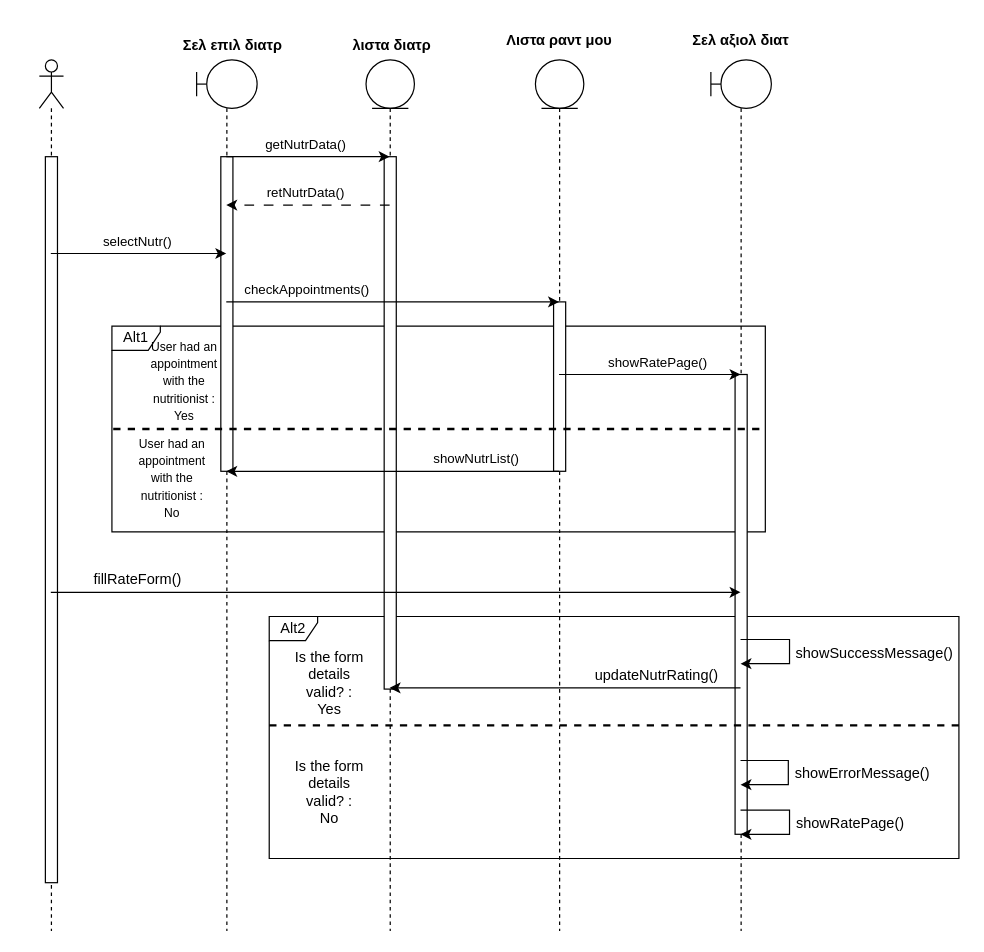
Before: ΠΕΜΠΤΟ ΠΑΡΑΔΟΤΕΟ/ΔΙΟΡΘΩΣΕΙΣ ΠΡΟΗΓΟΥΜΕΝΩΝ ΠΑΡΑΔΟΤΕΩΝ/Sequence-diagrams-v0.2/sd_αξιολόγηση_διατροφολογου.drawio in Dionkaps/Eu-Zin, a draw.io diagram. Source tidied: cells renumbered, new cells numbered last; positions are measured from the earlier drawing's top-left corner, leaving out a move shared by most shapes. Both pictures are drawn from the tidied source at 121%, with x=0, y=0 at pixel (39, 23).
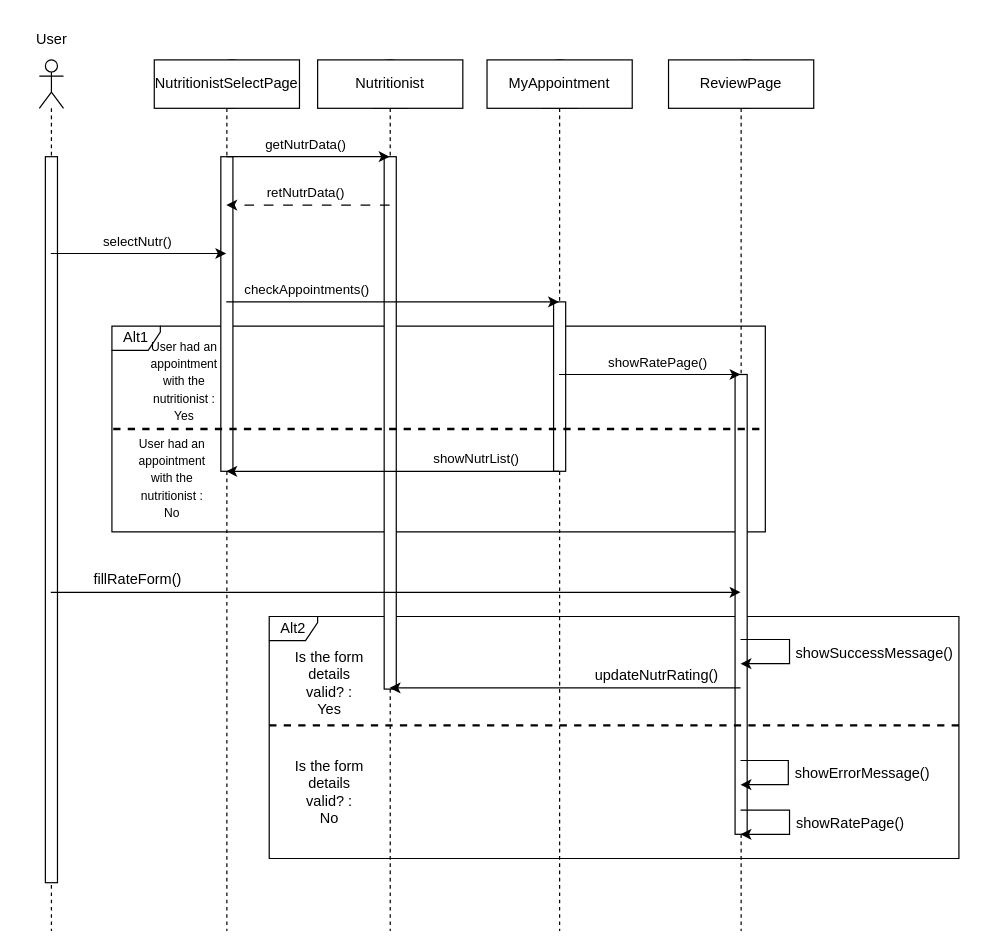
The same page after the edit.

What changed in the source:
```diff
@@
-    <mxCell id="14" value="Σελ επιλ διατρ" style="text;align=center;fontStyle=1;verticalAlign=middle;spacingLeft=3;spacingRight=3;strokeColor=none;" parent="1" vertex="1">
-      <mxGeometry x="120" y="4" width="80" height="26" as="geometry" />
-    </mxCell>
-    <mxCell id="15" value=" λιστα διατρ" style="text;align=center;fontStyle=1;verticalAlign=middle;spacingLeft=3;spacingRight=3;strokeColor=none;" parent="1" vertex="1">
-      <mxGeometry x="250" y="4" width="80" height="26" as="geometry" />
-    </mxCell>
-    <mxCell id="16" value="Σελ αξιολ διατ" style="text;align=center;fontStyle=1;verticalAlign=middle;spacingLeft=3;spacingRight=3;strokeColor=none;" parent="1" vertex="1">
-      <mxGeometry x="540" width="80" height="26" as="geometry" />
-    </mxCell>
-    <mxCell id="17" value="Λιστα ραντ μου" style="text;align=center;fontStyle=1;verticalAlign=middle;spacingLeft=3;spacingRight=3;strokeColor=none;" parent="1" vertex="1">
-      <mxGeometry x="390" width="80" height="26" as="geometry" />
-    </mxCell>
@@
+    <mxCell id="35" value="NutritionistSelectPage" style="rounded=0;whiteSpace=wrap;html=1;" parent="1" vertex="1">
+      <mxGeometry x="95" y="30" width="120" height="40" as="geometry" />
+    </mxCell>
+    <mxCell id="36" value="Nutritionist" style="rounded=0;whiteSpace=wrap;html=1;" parent="1" vertex="1">
+      <mxGeometry x="230" y="30" width="120" height="40" as="geometry" />
+    </mxCell>
+    <mxCell id="37" value="MyAppointment" style="rounded=0;whiteSpace=wrap;html=1;" parent="1" vertex="1">
+      <mxGeometry x="370" y="30" width="120" height="40" as="geometry" />
+    </mxCell>
+    <mxCell id="38" value="ReviewPage" style="rounded=0;whiteSpace=wrap;html=1;" parent="1" vertex="1">
+      <mxGeometry x="520" y="30" width="120" height="40" as="geometry" />
+    </mxCell>
+    <mxCell id="39" value="User" style="text;html=1;align=center;verticalAlign=middle;strokeColor=none;fillColor=none;" parent="1" vertex="1">
+      <mxGeometry x="-15" y="-2" width="50" height="30" as="geometry" />
+    </mxCell>
```
